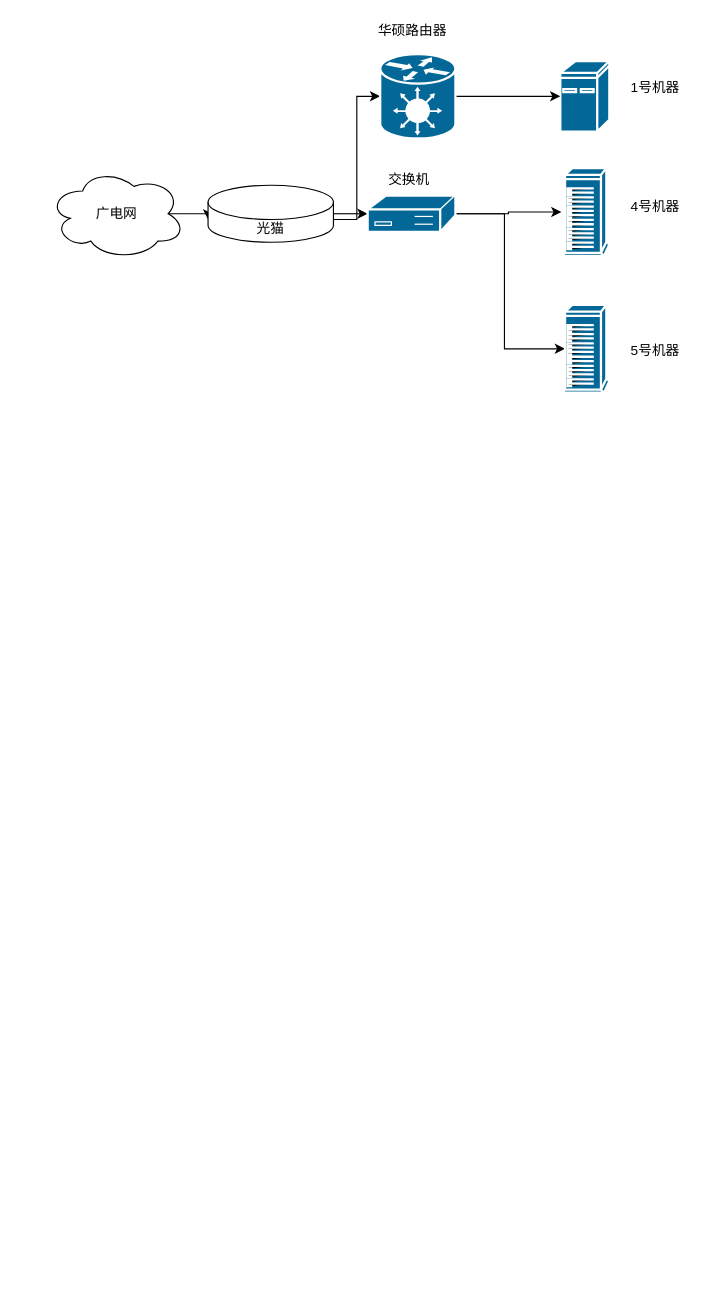
Above: shuangqiao.drawio in Henryblankwu/untitled7 (draw.io), before the change. Source tidied: cells renumbered, new cells numbered last; positions are measured from the earlier drawing's top-left corner, leaving out a move shared by most shapes. Both pictures are drawn from the tidied source at 114%, with x=0, y=0 at pixel (48, 19).
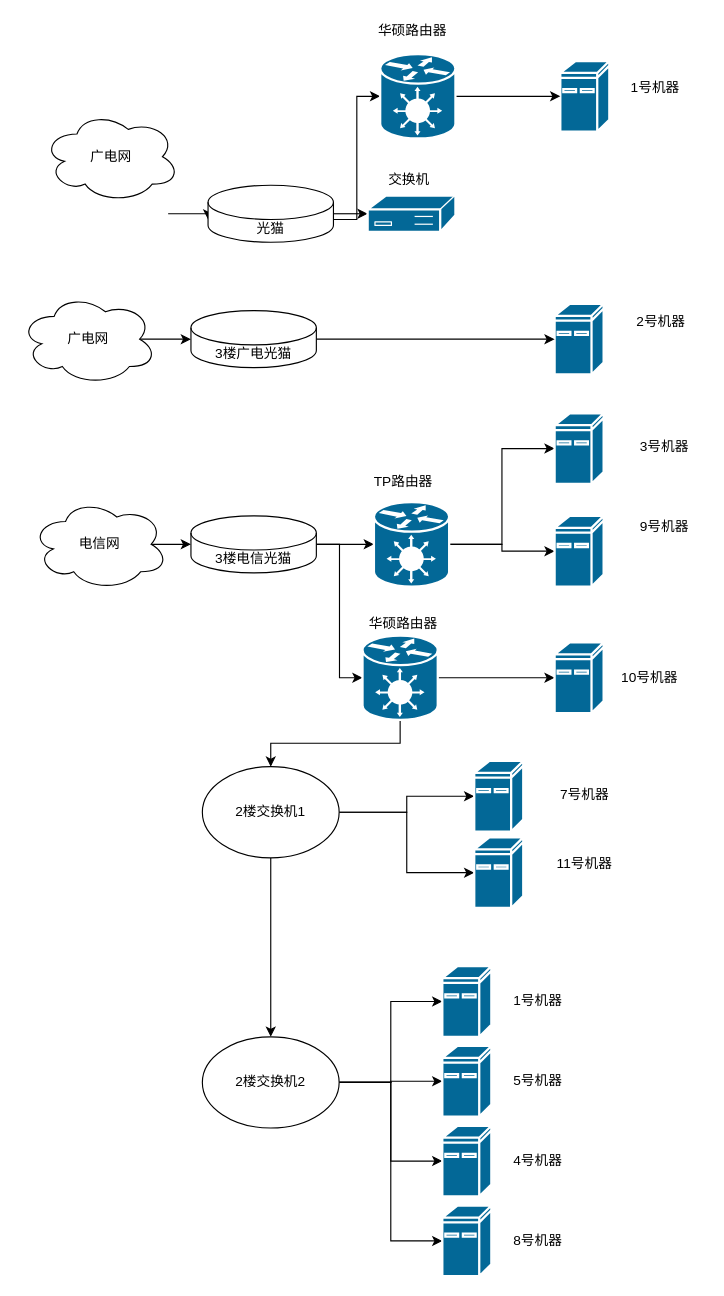
The same diagram, later.

The change refers to these unchanged cells:
```xml
<mxCell id="6" value="光猫" style="shape=cylinder3;whiteSpace=wrap;html=1;boundedLbl=1;backgroundOutline=1;size=15;" parent="1" vertex="1">
  <mxGeometry x="140" y="145" width="110" height="50" as="geometry" />
</mxCell>
<mxCell id="10" style="shape=mxgraph.cisco.controllers_and_modules.3174_(desktop)_cluster_controller;sketch=0;html=1;dashed=0;fillColor=#036897;strokeColor=#ffffff;strokeWidth=2;verticalLabelPosition=bottom;verticalAlign=top;align=center;outlineConnect=0;" parent="1" vertex="1">
  <mxGeometry x="280" y="154" width="77" height="32" as="geometry" />
</mxCell>
```

What changed in the source:
```diff
@@
-    <mxCell id="2" style="edgeStyle=orthogonalEdgeStyle;rounded=0;jettySize=auto;html=1;exitX=0.875;exitY=0.5;exitDx=0;exitDy=0;exitPerimeter=0;entryX=0;entryY=0;entryDx=0;entryDy=30;entryPerimeter=0;" parent="1" edge="1" source="3" target="6">
-      <mxGeometry relative="1" as="geometry" />
+    <mxCell id="2" style="edgeStyle=orthogonalEdgeStyle;rounded=0;jettySize=auto;html=1;exitX=0.875;exitY=0.5;exitDx=0;exitDy=0;exitPerimeter=0;entryX=0;entryY=0;entryDx=0;entryDy=30;entryPerimeter=0;" parent="1" edge="1" target="6">
+      <mxGeometry relative="1" as="geometry">
+        <mxPoint x="105" y="170" as="sourcePoint" />
+      </mxGeometry>
     </mxCell>
     <mxCell id="3" value="广电网" style="ellipse;shape=cloud;whiteSpace=wrap;html=1;" parent="1" vertex="1">
-      <mxGeometry y="130" width="120" height="80" as="geometry" />
+      <mxGeometry x="-5" y="80" width="120" height="80" as="geometry" />
     </mxCell>
@@
-    <mxCell id="8" style="edgeStyle=orthogonalEdgeStyle;rounded=0;jettySize=auto;html=1;exitX=1;exitY=0.5;exitDx=0;exitDy=0;exitPerimeter=0;" parent="1" edge="1" source="10" target="11">
-      <mxGeometry relative="1" as="geometry" />
-    </mxCell>
-    <mxCell id="9" style="edgeStyle=orthogonalEdgeStyle;rounded=0;jettySize=auto;html=1;exitX=1;exitY=0.5;exitDx=0;exitDy=0;exitPerimeter=0;entryX=0.075;entryY=0.5;entryDx=0;entryDy=0;entryPerimeter=0;" parent="1" edge="1" source="10" target="12">
-      <mxGeometry relative="1" as="geometry">
-        <Array as="points">
-          <mxPoint x="400" y="170" />
-          <mxPoint x="400" y="289" />
-        </Array>
-      </mxGeometry>
-    </mxCell>
@@
-    <mxCell id="11" style="shape=mxgraph.cisco.computers_and_peripherals.ibm_tower;sketch=0;html=1;dashed=0;fillColor=#036897;strokeColor=#ffffff;strokeWidth=2;verticalLabelPosition=bottom;verticalAlign=top;align=center;outlineConnect=0;" parent="1" vertex="1">
-      <mxGeometry x="450" y="130" width="42" height="77" as="geometry" />
-    </mxCell>
-    <mxCell id="12" style="shape=mxgraph.cisco.computers_and_peripherals.ibm_tower;sketch=0;html=1;dashed=0;fillColor=#036897;strokeColor=#ffffff;strokeWidth=2;verticalLabelPosition=bottom;verticalAlign=top;align=center;outlineConnect=0;" parent="1" vertex="1">
-      <mxGeometry x="450" y="250" width="42" height="77" as="geometry" />
-    </mxCell>
@@
+    <mxCell id="20" style="edgeStyle=orthogonalEdgeStyle;rounded=0;jettySize=auto;html=1;exitX=0.875;exitY=0.5;exitDx=0;exitDy=0;exitPerimeter=0;entryX=0;entryY=0.5;entryDx=0;entryDy=0;entryPerimeter=0;" parent="1" edge="1" source="21" target="24">
+      <mxGeometry relative="1" as="geometry" />
+    </mxCell>
+    <mxCell id="21" value="电信网" style="ellipse;shape=cloud;whiteSpace=wrap;html=1;" parent="1" vertex="1">
+      <mxGeometry x="-15" y="420" width="120" height="80" as="geometry" />
+    </mxCell>
+    <mxCell id="22" style="edgeStyle=orthogonalEdgeStyle;rounded=0;jettySize=auto;html=1;exitX=1;exitY=0.5;exitDx=0;exitDy=0;exitPerimeter=0;entryX=0;entryY=0.5;entryDx=0;entryDy=0;entryPerimeter=0;" parent="1" edge="1" source="24" target="27">
+      <mxGeometry relative="1" as="geometry" />
+    </mxCell>
+    <mxCell id="23" style="edgeStyle=orthogonalEdgeStyle;rounded=0;jettySize=auto;html=1;exitX=1;exitY=0.5;exitDx=0;exitDy=0;exitPerimeter=0;entryX=0;entryY=0.5;entryDx=0;entryDy=0;entryPerimeter=0;" parent="1" edge="1" source="24" target="32">
+      <mxGeometry relative="1" as="geometry" />
+    </mxCell>
+    <mxCell id="24" value="3楼电信光猫" style="shape=cylinder3;whiteSpace=wrap;html=1;boundedLbl=1;backgroundOutline=1;size=15;" parent="1" vertex="1">
+      <mxGeometry x="125" y="435" width="110" height="50" as="geometry" />
+    </mxCell>
+    <mxCell id="25" style="edgeStyle=orthogonalEdgeStyle;rounded=0;jettySize=auto;html=1;exitX=1;exitY=0.5;exitDx=0;exitDy=0;exitPerimeter=0;entryX=0;entryY=0.5;entryDx=0;entryDy=0;entryPerimeter=0;" parent="1" edge="1" source="27" target="43">
+      <mxGeometry relative="1" as="geometry" />
+    </mxCell>
+    <mxCell id="26" style="edgeStyle=orthogonalEdgeStyle;rounded=0;jettySize=auto;html=1;exitX=1;exitY=0.5;exitDx=0;exitDy=0;exitPerimeter=0;entryX=0;entryY=0.5;entryDx=0;entryDy=0;entryPerimeter=0;" parent="1" edge="1" source="27" target="28">
+      <mxGeometry relative="1" as="geometry" />
+    </mxCell>
+    <mxCell id="27" style="shape=mxgraph.cisco.hubs_and_gateways.generic_gateway;sketch=0;html=1;dashed=0;fillColor=#036897;strokeColor=#ffffff;strokeWidth=2;verticalLabelPosition=bottom;verticalAlign=top;align=center;outlineConnect=0;" parent="1" vertex="1">
+      <mxGeometry x="285.5" y="423" width="66" height="74" as="geometry" />
+    </mxCell>
+    <mxCell id="28" style="shape=mxgraph.cisco.computers_and_peripherals.ibm_mini_as400;sketch=0;html=1;dashed=0;fillColor=#036897;strokeColor=#ffffff;strokeWidth=2;verticalLabelPosition=bottom;verticalAlign=top;align=center;outlineConnect=0;" parent="1" vertex="1">
+      <mxGeometry x="444" y="435" width="43" height="62" as="geometry" />
+    </mxCell>
+    <mxCell id="29" value="TP路由器" style="text;html=1;align=center;verticalAlign=middle;strokeColor=none;fillColor=none;" parent="1" vertex="1">
+      <mxGeometry x="275.5" y="390" width="70" height="30" as="geometry" />
+    </mxCell>
+    <mxCell id="30" style="edgeStyle=orthogonalEdgeStyle;rounded=0;jettySize=auto;html=1;exitX=0.5;exitY=1;exitDx=0;exitDy=0;exitPerimeter=0;entryX=0.5;entryY=0;entryDx=0;entryDy=0;" parent="1" edge="1" source="32" target="37">
+      <mxGeometry relative="1" as="geometry" />
+    </mxCell>
+    <mxCell id="31" style="edgeStyle=orthogonalEdgeStyle;rounded=0;jettySize=auto;html=1;exitX=1;exitY=0.5;exitDx=0;exitDy=0;exitPerimeter=0;entryX=0;entryY=0.5;entryDx=0;entryDy=0;entryPerimeter=0;" parent="1" edge="1" source="32" target="38">
+      <mxGeometry relative="1" as="geometry" />
+    </mxCell>
+    <mxCell id="32" style="shape=mxgraph.cisco.hubs_and_gateways.generic_gateway;sketch=0;html=1;dashed=0;fillColor=#036897;strokeColor=#ffffff;strokeWidth=2;verticalLabelPosition=bottom;verticalAlign=top;align=center;outlineConnect=0;" parent="1" vertex="1">
+      <mxGeometry x="275.5" y="540" width="66" height="74" as="geometry" />
+    </mxCell>
+    <mxCell id="33" value="华硕路由器" style="text;html=1;align=center;verticalAlign=middle;strokeColor=none;fillColor=none;" parent="1" vertex="1">
+      <mxGeometry x="270.5" y="520" width="80" height="20" as="geometry" />
+    </mxCell>
+    <mxCell id="34" style="edgeStyle=orthogonalEdgeStyle;rounded=0;jettySize=auto;html=1;exitX=0.5;exitY=1;exitDx=0;exitDy=0;entryX=0.5;entryY=0;entryDx=0;entryDy=0;" parent="1" edge="1" source="37" target="53">
+      <mxGeometry relative="1" as="geometry" />
+    </mxCell>
+    <mxCell id="35" style="edgeStyle=orthogonalEdgeStyle;rounded=0;jettySize=auto;html=1;exitX=1;exitY=0.5;exitDx=0;exitDy=0;entryX=0;entryY=0.5;entryDx=0;entryDy=0;entryPerimeter=0;" parent="1" edge="1" source="37" target="59">
+      <mxGeometry relative="1" as="geometry" />
+    </mxCell>
+    <mxCell id="36" style="edgeStyle=orthogonalEdgeStyle;rounded=0;jettySize=auto;html=1;exitX=1;exitY=0.5;exitDx=0;exitDy=0;" parent="1" edge="1" source="37" target="54">
+      <mxGeometry relative="1" as="geometry" />
+    </mxCell>
+    <mxCell id="37" value="2楼交换机1" style="ellipse;whiteSpace=wrap;html=1;" parent="1" vertex="1">
+      <mxGeometry x="135" y="655" width="120" height="80" as="geometry" />
+    </mxCell>
+    <mxCell id="38" style="shape=mxgraph.cisco.computers_and_peripherals.ibm_mini_as400;sketch=0;html=1;dashed=0;fillColor=#036897;strokeColor=#ffffff;strokeWidth=2;verticalLabelPosition=bottom;verticalAlign=top;align=center;outlineConnect=0;" parent="1" vertex="1">
+      <mxGeometry x="444" y="546" width="43" height="62" as="geometry" />
+    </mxCell>
+    <mxCell id="39" value="10号机器" style="text;html=1;align=center;verticalAlign=middle;strokeColor=none;fillColor=none;" parent="1" vertex="1">
+      <mxGeometry x="492" y="562" width="70" height="30" as="geometry" />
+    </mxCell>
+    <mxCell id="40" value="2号机器" style="text;html=1;align=center;verticalAlign=middle;strokeColor=none;fillColor=none;" parent="1" vertex="1">
+      <mxGeometry x="502" y="250" width="70" height="30" as="geometry" />
+    </mxCell>
+    <mxCell id="41" value="3号机器" style="text;html=1;align=center;verticalAlign=middle;strokeColor=none;fillColor=none;" parent="1" vertex="1">
+      <mxGeometry x="505" y="360" width="70" height="30" as="geometry" />
+    </mxCell>
+    <mxCell id="42" value="9号机器" style="text;html=1;align=center;verticalAlign=middle;strokeColor=none;fillColor=none;" parent="1" vertex="1">
+      <mxGeometry x="505" y="430" width="70" height="30" as="geometry" />
+    </mxCell>
+    <mxCell id="43" style="shape=mxgraph.cisco.computers_and_peripherals.ibm_mini_as400;sketch=0;html=1;dashed=0;fillColor=#036897;strokeColor=#ffffff;strokeWidth=2;verticalLabelPosition=bottom;verticalAlign=top;align=center;outlineConnect=0;" parent="1" vertex="1">
+      <mxGeometry x="444" y="345" width="43" height="62" as="geometry" />
+    </mxCell>
+    <mxCell id="44" style="shape=mxgraph.cisco.computers_and_peripherals.ibm_mini_as400;sketch=0;html=1;dashed=0;fillColor=#036897;strokeColor=#ffffff;strokeWidth=2;verticalLabelPosition=bottom;verticalAlign=top;align=center;outlineConnect=0;" parent="1" vertex="1">
+      <mxGeometry x="444" y="249" width="43" height="62" as="geometry" />
+    </mxCell>
+    <mxCell id="45" style="edgeStyle=orthogonalEdgeStyle;rounded=0;jettySize=auto;html=1;exitX=0.875;exitY=0.5;exitDx=0;exitDy=0;exitPerimeter=0;entryX=0;entryY=0.5;entryDx=0;entryDy=0;entryPerimeter=0;" parent="1" edge="1" source="46" target="48">
+      <mxGeometry relative="1" as="geometry" />
+    </mxCell>
+    <mxCell id="46" value="广电网" style="ellipse;shape=cloud;whiteSpace=wrap;html=1;" parent="1" vertex="1">
+      <mxGeometry x="-25" y="240" width="120" height="80" as="geometry" />
+    </mxCell>
+    <mxCell id="47" style="edgeStyle=orthogonalEdgeStyle;rounded=0;jettySize=auto;html=1;exitX=1;exitY=0.5;exitDx=0;exitDy=0;exitPerimeter=0;" parent="1" edge="1" source="48" target="44">
+      <mxGeometry relative="1" as="geometry" />
+    </mxCell>
+    <mxCell id="48" value="3楼广电光猫" style="shape=cylinder3;whiteSpace=wrap;html=1;boundedLbl=1;backgroundOutline=1;size=15;" parent="1" vertex="1">
+      <mxGeometry x="125" y="255" width="110" height="50" as="geometry" />
+    </mxCell>
+    <mxCell id="49" style="edgeStyle=orthogonalEdgeStyle;rounded=0;jettySize=auto;html=1;exitX=1;exitY=0.5;exitDx=0;exitDy=0;entryX=0;entryY=0.5;entryDx=0;entryDy=0;entryPerimeter=0;" parent="1" edge="1" source="53" target="55">
+      <mxGeometry relative="1" as="geometry" />
+    </mxCell>
+    <mxCell id="50" style="edgeStyle=orthogonalEdgeStyle;rounded=0;jettySize=auto;html=1;exitX=1;exitY=0.5;exitDx=0;exitDy=0;entryX=0;entryY=0.5;entryDx=0;entryDy=0;entryPerimeter=0;" parent="1" edge="1" source="53" target="60">
+      <mxGeometry relative="1" as="geometry" />
+    </mxCell>
+    <mxCell id="51" style="edgeStyle=orthogonalEdgeStyle;rounded=0;jettySize=auto;html=1;exitX=1;exitY=0.5;exitDx=0;exitDy=0;" parent="1" edge="1" source="53" target="61">
+      <mxGeometry relative="1" as="geometry" />
+    </mxCell>
+    <mxCell id="52" style="edgeStyle=orthogonalEdgeStyle;rounded=0;jettySize=auto;html=1;exitX=1;exitY=0.5;exitDx=0;exitDy=0;entryX=0;entryY=0.5;entryDx=0;entryDy=0;entryPerimeter=0;" parent="1" edge="1" source="53" target="62">
+      <mxGeometry relative="1" as="geometry" />
+    </mxCell>
+    <mxCell id="53" value="2楼交换机2" style="ellipse;whiteSpace=wrap;html=1;" parent="1" vertex="1">
+      <mxGeometry x="135" y="892" width="120" height="80" as="geometry" />
+    </mxCell>
+    <mxCell id="54" style="shape=mxgraph.cisco.computers_and_peripherals.ibm_mini_as400;sketch=0;html=1;dashed=0;fillColor=#036897;strokeColor=#ffffff;strokeWidth=2;verticalLabelPosition=bottom;verticalAlign=top;align=center;outlineConnect=0;" parent="1" vertex="1">
+      <mxGeometry x="373.5" y="717" width="43" height="62" as="geometry" />
+    </mxCell>
+    <mxCell id="55" style="shape=mxgraph.cisco.computers_and_peripherals.ibm_mini_as400;sketch=0;html=1;dashed=0;fillColor=#036897;strokeColor=#ffffff;strokeWidth=2;verticalLabelPosition=bottom;verticalAlign=top;align=center;outlineConnect=0;" parent="1" vertex="1">
+      <mxGeometry x="345.5" y="830" width="43" height="62" as="geometry" />
+    </mxCell>
+    <mxCell id="56" value="1号机器" style="text;html=1;align=center;verticalAlign=middle;strokeColor=none;fillColor=none;" parent="1" vertex="1">
+      <mxGeometry x="393.5" y="846" width="70" height="30" as="geometry" />
+    </mxCell>
+    <mxCell id="57" value="7号机器" style="text;html=1;align=center;verticalAlign=middle;strokeColor=none;fillColor=none;" parent="1" vertex="1">
+      <mxGeometry x="434.5" y="665" width="70" height="30" as="geometry" />
+    </mxCell>
+    <mxCell id="58" value="11号机器" style="text;html=1;align=center;verticalAlign=middle;strokeColor=none;fillColor=none;" parent="1" vertex="1">
+      <mxGeometry x="435" y="725" width="70" height="30" as="geometry" />
+    </mxCell>
+    <mxCell id="59" style="shape=mxgraph.cisco.computers_and_peripherals.ibm_mini_as400;sketch=0;html=1;dashed=0;fillColor=#036897;strokeColor=#ffffff;strokeWidth=2;verticalLabelPosition=bottom;verticalAlign=top;align=center;outlineConnect=0;" parent="1" vertex="1">
+      <mxGeometry x="373.5" y="650" width="43" height="62" as="geometry" />
+    </mxCell>
+    <mxCell id="60" style="shape=mxgraph.cisco.computers_and_peripherals.ibm_mini_as400;sketch=0;html=1;dashed=0;fillColor=#036897;strokeColor=#ffffff;strokeWidth=2;verticalLabelPosition=bottom;verticalAlign=top;align=center;outlineConnect=0;" parent="1" vertex="1">
+      <mxGeometry x="345.5" y="900" width="43" height="62" as="geometry" />
+    </mxCell>
+    <mxCell id="19" value="5号机器" style="text;html=1;align=center;verticalAlign=middle;strokeColor=none;fillColor=none;" parent="1" vertex="1">
+      <mxGeometry x="393.5" y="916" width="70" height="30" as="geometry" />
+    </mxCell>
+    <mxCell id="61" style="shape=mxgraph.cisco.computers_and_peripherals.ibm_mini_as400;sketch=0;html=1;dashed=0;fillColor=#036897;strokeColor=#ffffff;strokeWidth=2;verticalLabelPosition=bottom;verticalAlign=top;align=center;outlineConnect=0;" parent="1" vertex="1">
+      <mxGeometry x="345.5" y="970" width="43" height="62" as="geometry" />
+    </mxCell>
     <mxCell id="18" value="4号机器" style="text;html=1;align=center;verticalAlign=middle;strokeColor=none;fillColor=none;" parent="1" vertex="1">
-      <mxGeometry x="502" y="154" width="60" height="20" as="geometry" />
+      <mxGeometry x="393.5" y="986" width="70" height="30" as="geometry" />
     </mxCell>
-    <mxCell id="19" value="5号机器" style="text;html=1;align=center;verticalAlign=middle;strokeColor=none;fillColor=none;" parent="1" vertex="1">
-      <mxGeometry x="502" y="280" width="60" height="20" as="geometry" />
-    </mxCell>
+    <mxCell id="62" style="shape=mxgraph.cisco.computers_and_peripherals.ibm_mini_as400;sketch=0;html=1;dashed=0;fillColor=#036897;strokeColor=#ffffff;strokeWidth=2;verticalLabelPosition=bottom;verticalAlign=top;align=center;outlineConnect=0;" parent="1" vertex="1">
+      <mxGeometry x="345.5" y="1040" width="43" height="62" as="geometry" />
+    </mxCell>
+    <mxCell id="63" value="8号机器" style="text;html=1;align=center;verticalAlign=middle;strokeColor=none;fillColor=none;" parent="1" vertex="1">
+      <mxGeometry x="393.5" y="1056" width="70" height="30" as="geometry" />
+    </mxCell>
```
